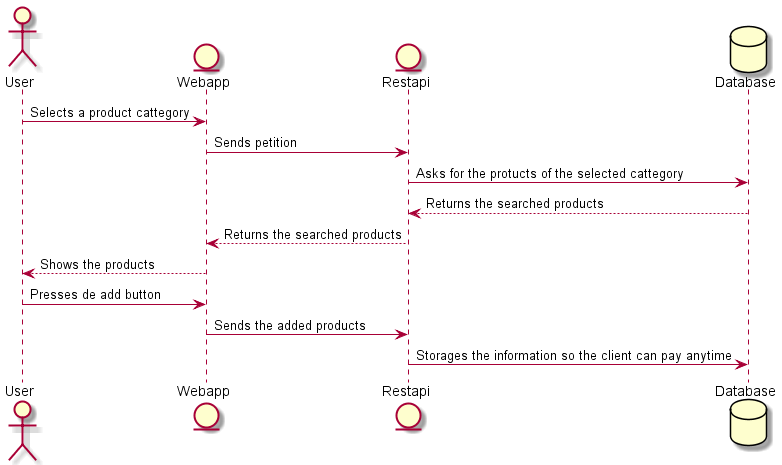
Earlier version of the PlantUML export images/AddProductsToTheShoppingCart.png (Arquisoft/dede_es3c). Source of this version:
```plantuml
@startuml
actor User
entity Webapp
entity Restapi
database Database
User-> Webapp: Selects a product cattegory
Webapp -> Restapi : Sends petition
Restapi-> Database: Asks for the protucts of the selected cattegory
Database --> Restapi: Returns the searched products
Restapi --> Webapp : Returns the searched products
Webapp --> User: Shows the products
User-> Webapp: Presses de add button
Webapp -> Restapi : Sends the added products
Restapi-> Database: Storages the information so the client can pay anytime
@endtuml
```
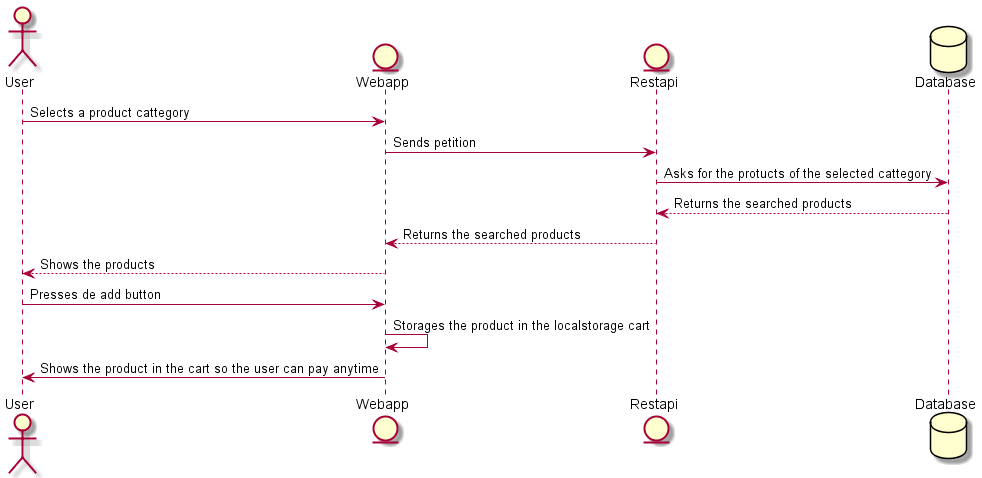
The same file after the commit.

Diff of the diagram source:
```diff
@@ -10,6 +10,6 @@
 Restapi --> Webapp : Returns the searched products
 Webapp --> User: Shows the products
 User-> Webapp: Presses de add button
-Webapp -> Restapi : Sends the added products
-Restapi-> Database: Storages the information so the client can pay anytime
+Webapp -> Webapp: Storages the product in the localstorage cart
+Webapp -> User: Shows the product in the cart so the user can pay anytime
 @endtuml
```
